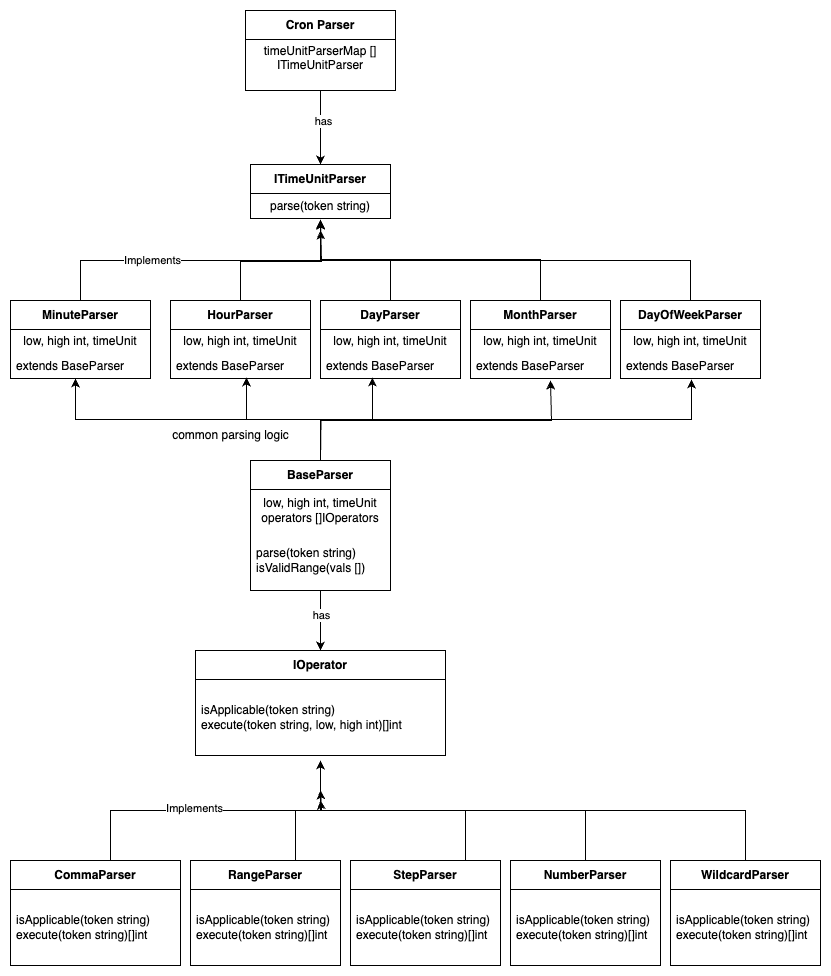
Above: cronParser/CronParser.drawio.png in kamleshsahu/lld (draw.io), before the change. Source tidied: cells renumbered, new cells last; positions are measured from the earlier drawing's top-left corner, leaving out a move shared by most shapes.
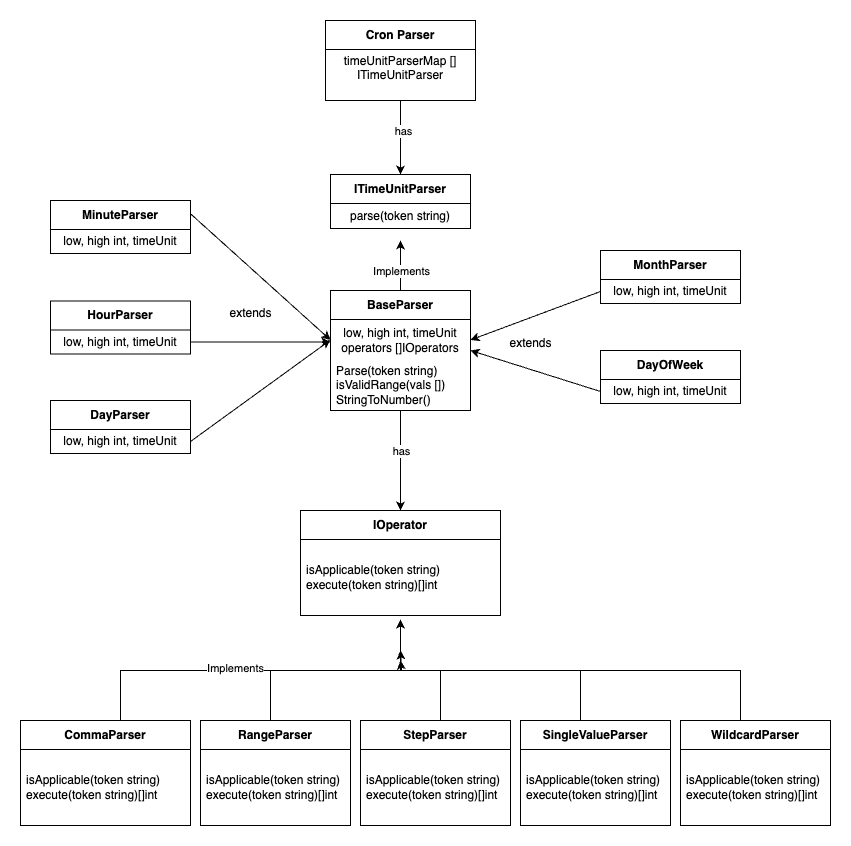
After the commit.

The edit, as a diff of the source:
```diff
@@ -21,150 +21,76 @@
       <mxGeometry y="29" width="140" height="25" as="geometry" />
     </mxCell>
     <mxCell id="8" value="MinuteParser" style="swimlane;fontStyle=1;align=center;verticalAlign=middle;horizontal=1;startSize=29;html=1;whiteSpace=wrap;" parent="1" vertex="1">
-      <mxGeometry y="290" width="140" height="78" as="geometry" />
+      <mxGeometry x="-40" y="180" width="140" height="53" as="geometry" />
     </mxCell>
     <mxCell id="9" value="low, high int, timeUnit" style="text;html=1;strokeColor=none;fillColor=none;align=center;verticalAlign=middle;spacingLeft=4;spacingRight=4;overflow=hidden;whiteSpace=wrap;" parent="8" vertex="1">
       <mxGeometry y="29" width="140" height="24" as="geometry" />
     </mxCell>
-    <mxCell id="10" value="extends BaseParser" style="text;html=1;strokeColor=none;fillColor=none;align=left;verticalAlign=middle;spacingLeft=4;spacingRight=4;overflow=hidden;points=[[0,0.5],[1,0.5]];portConstraint=eastwest;whiteSpace=wrap;" parent="8" vertex="1">
-      <mxGeometry y="53" width="140" height="25" as="geometry" />
-    </mxCell>
-    <mxCell id="11" style="edgeStyle=orthogonalEdgeStyle;rounded=0;jettySize=auto;html=1;entryX=0.5;entryY=1.08;entryDx=0;entryDy=0;entryPerimeter=0;" parent="1" edge="1" source="8" target="7">
-      <mxGeometry relative="1" as="geometry">
-        <Array as="points">
-          <mxPoint x="70" y="250" />
-          <mxPoint x="310" y="250" />
-        </Array>
-      </mxGeometry>
-    </mxCell>
-    <mxCell id="12" value="Implements" style="edgeLabel;html=1;align=center;verticalAlign=middle;" parent="11" vertex="1">
-      <mxGeometry x="-0.31" y="1" relative="1" as="geometry" />
-    </mxCell>
-    <mxCell id="13" style="edgeStyle=orthogonalEdgeStyle;rounded=0;jettySize=auto;html=1;" parent="1" edge="1" source="14">
-      <mxGeometry relative="1" as="geometry">
-        <mxPoint x="310" y="210" as="targetPoint" />
-        <Array as="points">
-          <mxPoint x="230" y="251" />
-          <mxPoint x="311" y="251" />
-        </Array>
-      </mxGeometry>
-    </mxCell>
     <mxCell id="14" value="HourParser" style="swimlane;fontStyle=1;align=center;verticalAlign=middle;horizontal=1;startSize=29;html=1;whiteSpace=wrap;" parent="1" vertex="1">
-      <mxGeometry x="160" y="290" width="140" height="78" as="geometry" />
+      <mxGeometry x="-40" y="280.5" width="140" height="53" as="geometry" />
     </mxCell>
+    <mxCell id="58" style="edgeStyle=orthogonalEdgeStyle;rounded=0;jettySize=auto;html=1;" parent="14" edge="1" source="15">
+      <mxGeometry relative="1" as="geometry">
+        <mxPoint x="280" y="41" as="targetPoint" />
+      </mxGeometry>
+    </mxCell>
     <mxCell id="15" value="low, high int, timeUnit" style="text;html=1;strokeColor=none;fillColor=none;align=center;verticalAlign=middle;spacingLeft=4;spacingRight=4;overflow=hidden;points=[[0,0.5],[1,0.5]];portConstraint=eastwest;whiteSpace=wrap;" parent="14" vertex="1">
       <mxGeometry y="29" width="140" height="24" as="geometry" />
     </mxCell>
-    <mxCell id="16" value="extends BaseParser" style="text;html=1;strokeColor=none;fillColor=none;align=left;verticalAlign=middle;spacingLeft=4;spacingRight=4;overflow=hidden;points=[[0,0.5],[1,0.5]];portConstraint=eastwest;whiteSpace=wrap;" parent="14" vertex="1">
-      <mxGeometry y="53" width="140" height="25" as="geometry" />
-    </mxCell>
-    <mxCell id="17" style="edgeStyle=orthogonalEdgeStyle;rounded=0;jettySize=auto;html=1;" parent="1" edge="1" source="18">
-      <mxGeometry relative="1" as="geometry">
-        <mxPoint x="310" y="210" as="targetPoint" />
-        <Array as="points">
-          <mxPoint x="380" y="250" />
-          <mxPoint x="311" y="250" />
-        </Array>
-      </mxGeometry>
-    </mxCell>
     <mxCell id="18" value="DayParser" style="swimlane;fontStyle=1;align=center;verticalAlign=middle;horizontal=1;startSize=29;html=1;whiteSpace=wrap;" parent="1" vertex="1">
-      <mxGeometry x="310" y="290" width="140" height="78" as="geometry" />
+      <mxGeometry x="-40" y="380" width="140" height="53" as="geometry" />
     </mxCell>
     <mxCell id="19" value="low, high int, timeUnit" style="text;html=1;strokeColor=none;fillColor=none;align=center;verticalAlign=middle;spacingLeft=4;spacingRight=4;overflow=hidden;points=[[0,0.5],[1,0.5]];portConstraint=eastwest;whiteSpace=wrap;" parent="18" vertex="1">
       <mxGeometry y="29" width="140" height="24" as="geometry" />
     </mxCell>
-    <mxCell id="20" value="extends BaseParser" style="text;html=1;strokeColor=none;fillColor=none;align=left;verticalAlign=middle;spacingLeft=4;spacingRight=4;overflow=hidden;points=[[0,0.5],[1,0.5]];portConstraint=eastwest;whiteSpace=wrap;" parent="18" vertex="1">
-      <mxGeometry y="53" width="140" height="25" as="geometry" />
-    </mxCell>
     <mxCell id="21" value="MonthParser" style="swimlane;fontStyle=1;align=center;verticalAlign=middle;horizontal=1;startSize=29;html=1;whiteSpace=wrap;" parent="1" vertex="1">
-      <mxGeometry x="460" y="290" width="140" height="78" as="geometry" />
+      <mxGeometry x="510" y="230" width="140" height="53" as="geometry" />
     </mxCell>
     <mxCell id="22" value="low, high int, timeUnit" style="text;html=1;strokeColor=none;fillColor=none;align=center;verticalAlign=middle;spacingLeft=4;spacingRight=4;overflow=hidden;points=[[0,0.5],[1,0.5]];portConstraint=eastwest;whiteSpace=wrap;" parent="21" vertex="1">
       <mxGeometry y="29" width="140" height="24" as="geometry" />
     </mxCell>
-    <mxCell id="23" value="extends BaseParser" style="text;html=1;strokeColor=none;fillColor=none;align=left;verticalAlign=middle;spacingLeft=4;spacingRight=4;overflow=hidden;whiteSpace=wrap;" parent="21" vertex="1">
-      <mxGeometry y="53" width="140" height="25" as="geometry" />
-    </mxCell>
-    <mxCell id="24" style="edgeStyle=orthogonalEdgeStyle;rounded=0;jettySize=auto;html=1;entryX=0.5;entryY=1.04;entryDx=0;entryDy=0;entryPerimeter=0;" parent="1" edge="1" source="21" target="7">
-      <mxGeometry relative="1" as="geometry" />
-    </mxCell>
-    <mxCell id="25" style="edgeStyle=orthogonalEdgeStyle;rounded=0;jettySize=auto;html=1;" parent="1" edge="1" source="26">
-      <mxGeometry relative="1" as="geometry">
-        <mxPoint x="310" y="220" as="targetPoint" />
-        <Array as="points">
-          <mxPoint x="680" y="250" />
-          <mxPoint x="311" y="250" />
-        </Array>
-      </mxGeometry>
-    </mxCell>
-    <mxCell id="26" value="DayOfWeekParser" style="swimlane;fontStyle=1;align=center;verticalAlign=middle;horizontal=1;startSize=29;html=1;whiteSpace=wrap;" parent="1" vertex="1">
-      <mxGeometry x="610" y="290" width="140" height="78" as="geometry" />
-    </mxCell>
-    <mxCell id="27" value="low, high int, timeUnit" style="text;html=1;strokeColor=none;fillColor=none;align=center;verticalAlign=middle;spacingLeft=4;spacingRight=4;overflow=hidden;points=[[0,0.5],[1,0.5]];portConstraint=eastwest;whiteSpace=wrap;" parent="26" vertex="1">
-      <mxGeometry y="29" width="140" height="24" as="geometry" />
-    </mxCell>
-    <mxCell id="28" value="extends BaseParser" style="text;html=1;strokeColor=none;fillColor=none;align=left;verticalAlign=middle;spacingLeft=4;spacingRight=4;overflow=hidden;points=[[0,0.5],[1,0.5]];portConstraint=eastwest;whiteSpace=wrap;" parent="26" vertex="1">
-      <mxGeometry y="53" width="140" height="25" as="geometry" />
-    </mxCell>
-    <mxCell id="29" style="edgeStyle=orthogonalEdgeStyle;rounded=0;jettySize=auto;html=1;" parent="1" edge="1" source="32">
-      <mxGeometry relative="1" as="geometry">
-        <mxPoint x="540" y="370" as="targetPoint" />
-        <Array as="points">
-          <mxPoint x="310" y="410" />
-          <mxPoint x="541" y="410" />
-        </Array>
-      </mxGeometry>
-    </mxCell>
     <mxCell id="30" style="edgeStyle=orthogonalEdgeStyle;rounded=0;jettySize=auto;html=1;entryX=0.5;entryY=0;entryDx=0;entryDy=0;" parent="1" edge="1" source="32" target="40">
       <mxGeometry relative="1" as="geometry" />
     </mxCell>
     <mxCell id="31" value="has" style="edgeLabel;html=1;align=center;verticalAlign=middle;" parent="30" vertex="1">
       <mxGeometry x="-0.2" relative="1" as="geometry" />
     </mxCell>
+    <mxCell id="59" style="edgeStyle=orthogonalEdgeStyle;rounded=0;jettySize=auto;html=1;" parent="1" edge="1" source="32">
+      <mxGeometry relative="1" as="geometry">
+        <mxPoint x="310" y="220" as="targetPoint" />
+      </mxGeometry>
+    </mxCell>
+    <mxCell id="12" value="Implements" style="edgeLabel;html=1;align=center;verticalAlign=middle;" parent="59" vertex="1">
+      <mxGeometry x="0.21" y="-1" relative="1" as="geometry">
+        <mxPoint x="-1" y="10" as="offset" />
+      </mxGeometry>
+    </mxCell>
     <mxCell id="32" value="BaseParser" style="swimlane;fontStyle=1;align=center;verticalAlign=middle;horizontal=1;startSize=29;html=1;whiteSpace=wrap;" parent="1" vertex="1">
-      <mxGeometry x="240" y="450" width="140" height="130" as="geometry" />
+      <mxGeometry x="240" y="270" width="140" height="120" as="geometry" />
     </mxCell>
     <mxCell id="33" value="low, high int, timeUnit&lt;br&gt;operators []IOperators" style="text;html=1;strokeColor=none;fillColor=none;align=center;verticalAlign=middle;spacingLeft=4;spacingRight=4;overflow=hidden;points=[[0,0.5],[1,0.5]];portConstraint=eastwest;whiteSpace=wrap;" parent="32" vertex="1">
       <mxGeometry y="29" width="140" height="41" as="geometry" />
     </mxCell>
-    <mxCell id="34" value="parse(token string)&lt;br&gt;isValidRange(vals [])" style="text;html=1;strokeColor=none;fillColor=none;align=left;verticalAlign=middle;spacingLeft=4;spacingRight=4;overflow=hidden;whiteSpace=wrap;" parent="32" vertex="1">
-      <mxGeometry y="70" width="140" height="60" as="geometry" />
+    <mxCell id="34" value="Parse(token string)&lt;br&gt;isValidRange(vals [])&lt;br&gt;StringToNumber()" style="text;html=1;strokeColor=none;fillColor=none;align=left;verticalAlign=middle;spacingLeft=4;spacingRight=4;overflow=hidden;whiteSpace=wrap;" parent="32" vertex="1">
+      <mxGeometry y="70" width="140" height="50" as="geometry" />
     </mxCell>
-    <mxCell id="35" style="edgeStyle=orthogonalEdgeStyle;rounded=0;jettySize=auto;html=1;entryX=0.464;entryY=1;entryDx=0;entryDy=0;entryPerimeter=0;" parent="1" edge="1" source="32" target="10">
-      <mxGeometry relative="1" as="geometry" />
-    </mxCell>
-    <mxCell id="36" value="common parsing logic" style="text;html=1;align=center;verticalAlign=middle;strokeColor=none;fillColor=none;" parent="1" vertex="1">
-      <mxGeometry x="150" y="410" width="140" height="30" as="geometry" />
-    </mxCell>
-    <mxCell id="37" style="edgeStyle=orthogonalEdgeStyle;rounded=0;jettySize=auto;html=1;entryX=0.543;entryY=0.96;entryDx=0;entryDy=0;entryPerimeter=0;" parent="1" edge="1" target="16">
-      <mxGeometry relative="1" as="geometry">
-        <mxPoint x="310" y="450" as="sourcePoint" />
-      </mxGeometry>
-    </mxCell>
-    <mxCell id="38" style="edgeStyle=orthogonalEdgeStyle;rounded=0;jettySize=auto;html=1;entryX=0.371;entryY=0.96;entryDx=0;entryDy=0;entryPerimeter=0;" parent="1" edge="1" source="32" target="20">
-      <mxGeometry relative="1" as="geometry" />
-    </mxCell>
-    <mxCell id="39" style="edgeStyle=orthogonalEdgeStyle;rounded=0;jettySize=auto;html=1;entryX=0.507;entryY=1.04;entryDx=0;entryDy=0;entryPerimeter=0;" parent="1" edge="1" source="32" target="28">
-      <mxGeometry relative="1" as="geometry" />
-    </mxCell>
     <mxCell id="40" value="IOperator" style="swimlane;fontStyle=1;align=center;verticalAlign=middle;horizontal=1;startSize=29;html=1;whiteSpace=wrap;" parent="1" vertex="1">
-      <mxGeometry x="185" y="640" width="250" height="105" as="geometry" />
+      <mxGeometry x="210" y="490" width="200" height="105" as="geometry" />
     </mxCell>
-    <mxCell id="41" value="isApplicable(token string)&lt;div&gt;execute(token string, low, high int)[]int&lt;/div&gt;" style="text;html=1;strokeColor=none;fillColor=none;align=left;verticalAlign=middle;spacingLeft=4;spacingRight=4;overflow=hidden;points=[[0,0.5],[1,0.5]];portConstraint=eastwest;whiteSpace=wrap;" parent="40" vertex="1">
-      <mxGeometry y="29" width="250" height="76" as="geometry" />
+    <mxCell id="41" value="isApplicable(token string)&lt;div&gt;execute(token string)[]int&lt;/div&gt;" style="text;html=1;strokeColor=none;fillColor=none;align=left;verticalAlign=middle;spacingLeft=4;spacingRight=4;overflow=hidden;points=[[0,0.5],[1,0.5]];portConstraint=eastwest;whiteSpace=wrap;" parent="40" vertex="1">
+      <mxGeometry y="29" width="200" height="76" as="geometry" />
     </mxCell>
     <mxCell id="42" value="CommaParser" style="swimlane;fontStyle=1;align=center;verticalAlign=middle;horizontal=1;startSize=29;html=1;whiteSpace=wrap;" parent="1" vertex="1">
-      <mxGeometry y="850" width="170" height="105" as="geometry" />
+      <mxGeometry x="-70" y="700" width="170" height="105" as="geometry" />
     </mxCell>
     <mxCell id="43" value="isApplicable(token string)&lt;div&gt;execute(token string)[]int&lt;/div&gt;" style="text;html=1;strokeColor=none;fillColor=none;align=left;verticalAlign=middle;spacingLeft=4;spacingRight=4;overflow=hidden;whiteSpace=wrap;" parent="42" vertex="1">
       <mxGeometry y="29" width="170" height="76" as="geometry" />
     </mxCell>
-    <mxCell id="44" style="edgeStyle=orthogonalEdgeStyle;rounded=0;jettySize=auto;html=1;" parent="1" edge="1" source="42">
+    <mxCell id="44" style="edgeStyle=orthogonalEdgeStyle;rounded=0;jettySize=auto;html=1;entryX=0.5;entryY=1.053;entryDx=0;entryDy=0;entryPerimeter=0;" parent="1" edge="1" source="42" target="41">
       <mxGeometry relative="1" as="geometry">
-        <mxPoint x="310" y="750" as="targetPoint" />
         <Array as="points">
-          <mxPoint x="100" y="800" />
-          <mxPoint x="310" y="800" />
+          <mxPoint x="30" y="650" />
+          <mxPoint x="310" y="650" />
         </Array>
       </mxGeometry>
     </mxCell>
@@ -173,63 +99,87 @@
     </mxCell>
     <mxCell id="46" style="edgeStyle=orthogonalEdgeStyle;rounded=0;jettySize=auto;html=1;" parent="1" edge="1" source="47">
       <mxGeometry relative="1" as="geometry">
-        <mxPoint x="310" y="780" as="targetPoint" />
+        <mxPoint x="310" y="630" as="targetPoint" />
         <Array as="points">
-          <mxPoint x="285" y="800" />
-          <mxPoint x="311" y="800" />
+          <mxPoint x="180" y="650" />
+          <mxPoint x="311" y="650" />
         </Array>
       </mxGeometry>
     </mxCell>
     <mxCell id="47" value="RangeParser" style="swimlane;fontStyle=1;align=center;verticalAlign=middle;horizontal=1;startSize=29;html=1;whiteSpace=wrap;" parent="1" vertex="1">
-      <mxGeometry x="180" y="850" width="150" height="105" as="geometry" />
+      <mxGeometry x="110" y="700" width="150" height="105" as="geometry" />
     </mxCell>
     <mxCell id="48" value="isApplicable(token string)&lt;div&gt;execute(token string)[]int&lt;/div&gt;" style="text;html=1;strokeColor=none;fillColor=none;align=left;verticalAlign=middle;spacingLeft=4;spacingRight=4;overflow=hidden;whiteSpace=wrap;" parent="47" vertex="1">
       <mxGeometry y="29" width="150" height="76" as="geometry" />
     </mxCell>
     <mxCell id="49" style="edgeStyle=orthogonalEdgeStyle;rounded=0;jettySize=auto;html=1;" parent="1" edge="1" source="50">
       <mxGeometry relative="1" as="geometry">
-        <mxPoint x="310" y="780" as="targetPoint" />
+        <mxPoint x="310" y="630" as="targetPoint" />
         <Array as="points">
-          <mxPoint x="455" y="800" />
-          <mxPoint x="311" y="800" />
+          <mxPoint x="350" y="650" />
+          <mxPoint x="311" y="650" />
         </Array>
       </mxGeometry>
     </mxCell>
     <mxCell id="50" value="StepParser" style="swimlane;fontStyle=1;align=center;verticalAlign=middle;horizontal=1;startSize=29;html=1;whiteSpace=wrap;" parent="1" vertex="1">
-      <mxGeometry x="340" y="850" width="150" height="105" as="geometry" />
+      <mxGeometry x="270" y="700" width="150" height="105" as="geometry" />
     </mxCell>
     <mxCell id="51" value="isApplicable(token string)&lt;div&gt;execute(token string)[]int&lt;/div&gt;" style="text;html=1;strokeColor=none;fillColor=none;align=left;verticalAlign=middle;spacingLeft=4;spacingRight=4;overflow=hidden;whiteSpace=wrap;" parent="50" vertex="1">
       <mxGeometry y="29" width="150" height="76" as="geometry" />
     </mxCell>
     <mxCell id="52" style="edgeStyle=orthogonalEdgeStyle;rounded=0;jettySize=auto;html=1;" parent="1" edge="1" source="53">
       <mxGeometry relative="1" as="geometry">
-        <mxPoint x="310" y="790" as="targetPoint" />
+        <mxPoint x="310" y="640" as="targetPoint" />
         <Array as="points">
-          <mxPoint x="575" y="800" />
-          <mxPoint x="311" y="800" />
+          <mxPoint x="490" y="650" />
+          <mxPoint x="311" y="650" />
         </Array>
       </mxGeometry>
     </mxCell>
-    <mxCell id="53" value="NumberParser" style="swimlane;fontStyle=1;align=center;verticalAlign=middle;horizontal=1;startSize=29;html=1;whiteSpace=wrap;" parent="1" vertex="1">
-      <mxGeometry x="500" y="850" width="150" height="105" as="geometry" />
+    <mxCell id="53" value="SingleValueParser" style="swimlane;fontStyle=1;align=center;verticalAlign=middle;horizontal=1;startSize=29;html=1;whiteSpace=wrap;" parent="1" vertex="1">
+      <mxGeometry x="430" y="700" width="150" height="105" as="geometry" />
     </mxCell>
     <mxCell id="54" value="isApplicable(token string)&lt;div&gt;execute(token string)[]int&lt;/div&gt;" style="text;html=1;strokeColor=none;fillColor=none;align=left;verticalAlign=middle;spacingLeft=4;spacingRight=4;overflow=hidden;whiteSpace=wrap;" parent="53" vertex="1">
       <mxGeometry y="29" width="150" height="76" as="geometry" />
     </mxCell>
     <mxCell id="55" style="edgeStyle=orthogonalEdgeStyle;rounded=0;jettySize=auto;html=1;" parent="1" edge="1" source="56">
       <mxGeometry relative="1" as="geometry">
-        <mxPoint x="310" y="780" as="targetPoint" />
+        <mxPoint x="310" y="630" as="targetPoint" />
         <Array as="points">
-          <mxPoint x="735" y="800" />
-          <mxPoint x="311" y="800" />
+          <mxPoint x="650" y="650" />
+          <mxPoint x="311" y="650" />
         </Array>
       </mxGeometry>
     </mxCell>
     <mxCell id="56" value="WildcardParser" style="swimlane;fontStyle=1;align=center;verticalAlign=middle;horizontal=1;startSize=29;html=1;whiteSpace=wrap;" parent="1" vertex="1">
-      <mxGeometry x="660" y="850" width="150" height="105" as="geometry" />
+      <mxGeometry x="590" y="700" width="150" height="105" as="geometry" />
     </mxCell>
     <mxCell id="57" value="isApplicable(token string)&lt;div&gt;execute(token string)[]int&lt;/div&gt;" style="text;html=1;strokeColor=none;fillColor=none;align=left;verticalAlign=middle;spacingLeft=4;spacingRight=4;overflow=hidden;whiteSpace=wrap;" parent="56" vertex="1">
       <mxGeometry y="29" width="150" height="76" as="geometry" />
     </mxCell>
+    <mxCell id="60" style="endArrow=classic;html=1;rounded=0;exitX=1;exitY=0.25;exitDx=0;exitDy=0;entryX=0;entryY=0.5;entryDx=0;entryDy=0;" parent="1" edge="1" source="8" target="33">
+      <mxGeometry relative="1" as="geometry" />
+    </mxCell>
+    <mxCell id="61" value="extends" style="text;html=1;align=center;verticalAlign=middle;strokeColor=none;fillColor=none;" parent="1" vertex="1">
+      <mxGeometry x="125" y="278" width="70" height="30" as="geometry" />
+    </mxCell>
+    <mxCell id="62" style="endArrow=classic;html=1;rounded=0;exitX=1;exitY=0.5;exitDx=0;exitDy=0;entryX=0;entryY=0.5;entryDx=0;entryDy=0;" parent="1" edge="1" source="19" target="33">
+      <mxGeometry relative="1" as="geometry" />
+    </mxCell>
+    <mxCell id="63" style="endArrow=classic;html=1;rounded=0;exitX=0;exitY=0.5;exitDx=0;exitDy=0;entryX=1;entryY=0.5;entryDx=0;entryDy=0;" parent="1" edge="1" source="22" target="33">
+      <mxGeometry relative="1" as="geometry" />
+    </mxCell>
+    <mxCell id="64" value="DayOfWeek" style="swimlane;fontStyle=1;align=center;verticalAlign=middle;horizontal=1;startSize=29;html=1;whiteSpace=wrap;" parent="1" vertex="1">
+      <mxGeometry x="510" y="330" width="140" height="53" as="geometry" />
+    </mxCell>
+    <mxCell id="27" value="low, high int, timeUnit" style="text;html=1;strokeColor=none;fillColor=none;align=center;verticalAlign=middle;spacingLeft=4;spacingRight=4;overflow=hidden;points=[[0,0.5],[1,0.5]];portConstraint=eastwest;whiteSpace=wrap;" parent="64" vertex="1">
+      <mxGeometry y="29" width="140" height="24" as="geometry" />
+    </mxCell>
+    <mxCell id="65" style="endArrow=classic;html=1;rounded=0;exitX=0;exitY=0.5;exitDx=0;exitDy=0;entryX=1;entryY=0.756;entryDx=0;entryDy=0;entryPerimeter=0;" parent="1" edge="1" source="27" target="33">
+      <mxGeometry relative="1" as="geometry" />
+    </mxCell>
+    <mxCell id="66" value="extends" style="text;html=1;align=center;verticalAlign=middle;strokeColor=none;fillColor=none;" parent="1" vertex="1">
+      <mxGeometry x="405" y="308" width="70" height="30" as="geometry" />
+    </mxCell>
   </root>
 </mxGraphModel>
```
